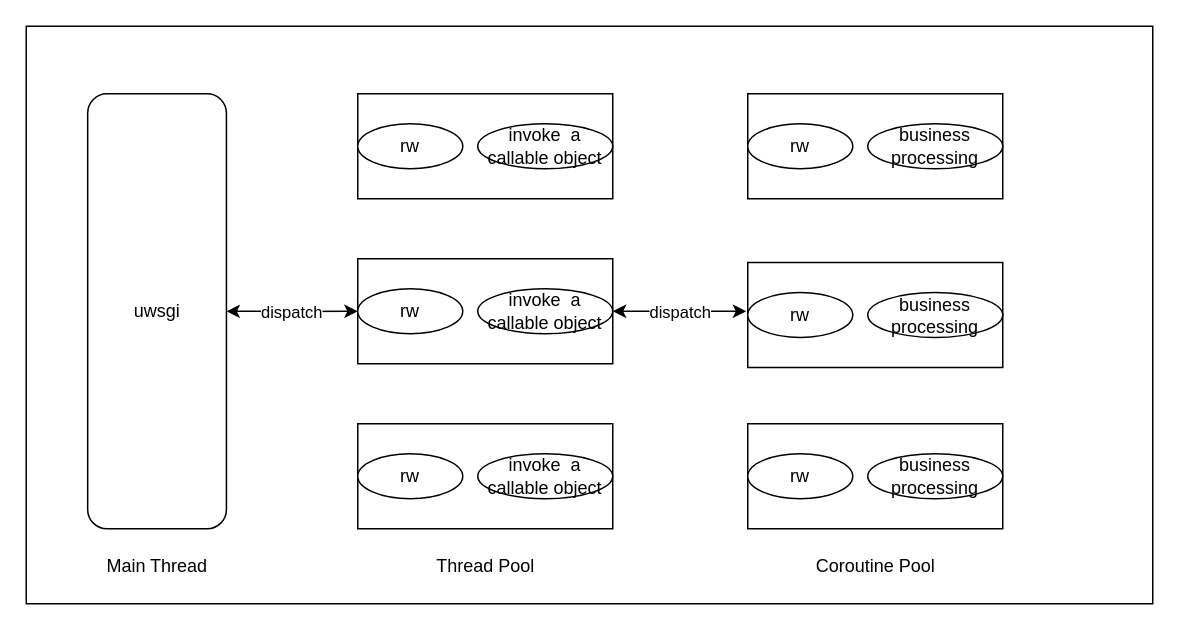
yubowen0525/ImageStorage keeps this draw.io diagram as golang_http_server.drawio. Above is the earlier version. Source tidied: cells renumbered, new cells numbered last; positions are measured from the earlier drawing's top-left corner, leaving out a move shared by most shapes. Both pictures are drawn from the tidied source at 150%, with x=0, y=0 at pixel (-62, 26).
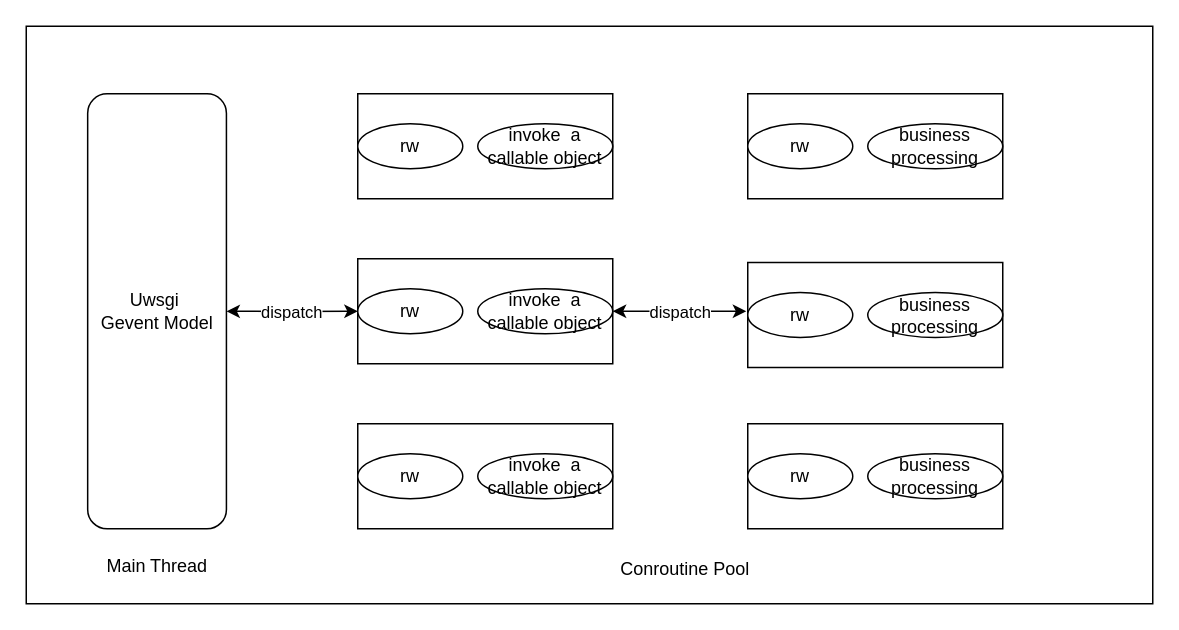
After the change.

What changed in the source:
```diff
@@
-    <mxCell id="4" value="Thread Pool" style="text;html=1;align=center;verticalAlign=middle;fillColor=none;strokeColor=none;rounded=0;" parent="1" vertex="1">
-      <mxGeometry x="319" y="345" width="90" height="30" as="geometry" />
+    <mxCell id="4" value="Conroutine Pool" style="text;html=1;align=center;verticalAlign=middle;fillColor=none;strokeColor=none;rounded=0;" parent="1" vertex="1">
+      <mxGeometry x="442" y="347" width="110" height="30" as="geometry" />
     </mxCell>
     <mxCell id="5" style="group;" parent="1" vertex="1">
-      <mxGeometry x="99" y="45" width="92.5" height="290" as="geometry" />
+      <mxGeometry x="99" y="45" width="96.2" height="290" as="geometry" />
     </mxCell>
@@
-    <mxCell id="7" value="uwsgi" style="text;html=1;align=center;verticalAlign=middle;fillColor=none;strokeColor=none;rounded=0;" parent="5" vertex="1">
-      <mxGeometry x="21.2" y="130" width="50" height="30" as="geometry" />
+    <mxCell id="7" value="Uwsgi&amp;nbsp;&lt;br&gt;Gevent Model" style="text;html=1;align=center;verticalAlign=middle;fillColor=none;strokeColor=none;rounded=0;" parent="5" vertex="1">
+      <mxGeometry x="-3.8" y="125" width="100" height="40" as="geometry" />
     </mxCell>
@@
-    <mxCell id="32" value="Coroutine Pool" style="text;html=1;align=center;verticalAlign=middle;fillColor=none;strokeColor=none;rounded=0;" parent="1" vertex="1">
-      <mxGeometry x="574" y="345" width="100" height="30" as="geometry" />
-    </mxCell>
```
